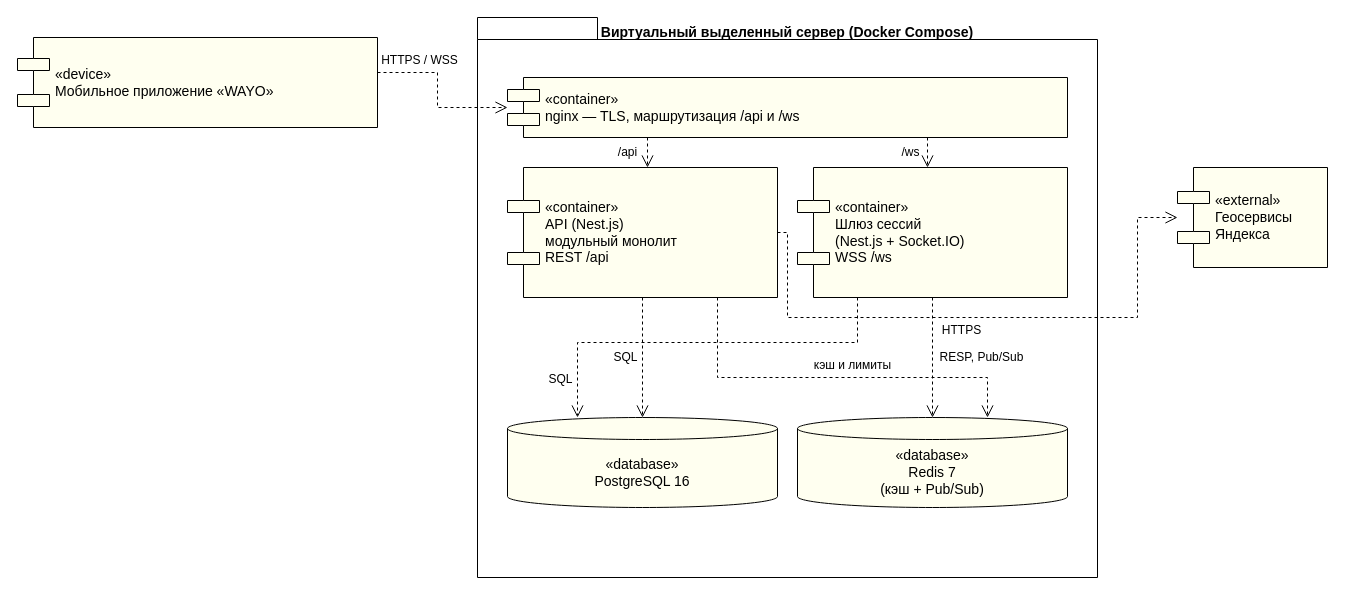
Before: page "4. Вариант 2: отдельный шлюз сессий" (4 of 5) of docs/Архитектура системы.drawio in crockshine/wayo, a draw.io diagram. Source tidied: cells renumbered, new cells numbered last; positions are measured from the earlier drawing's top-left corner, leaving out a move shared by most shapes. Both pictures are drawn from the tidied source at 100%, with x=0, y=0 at pixel (17, 17).
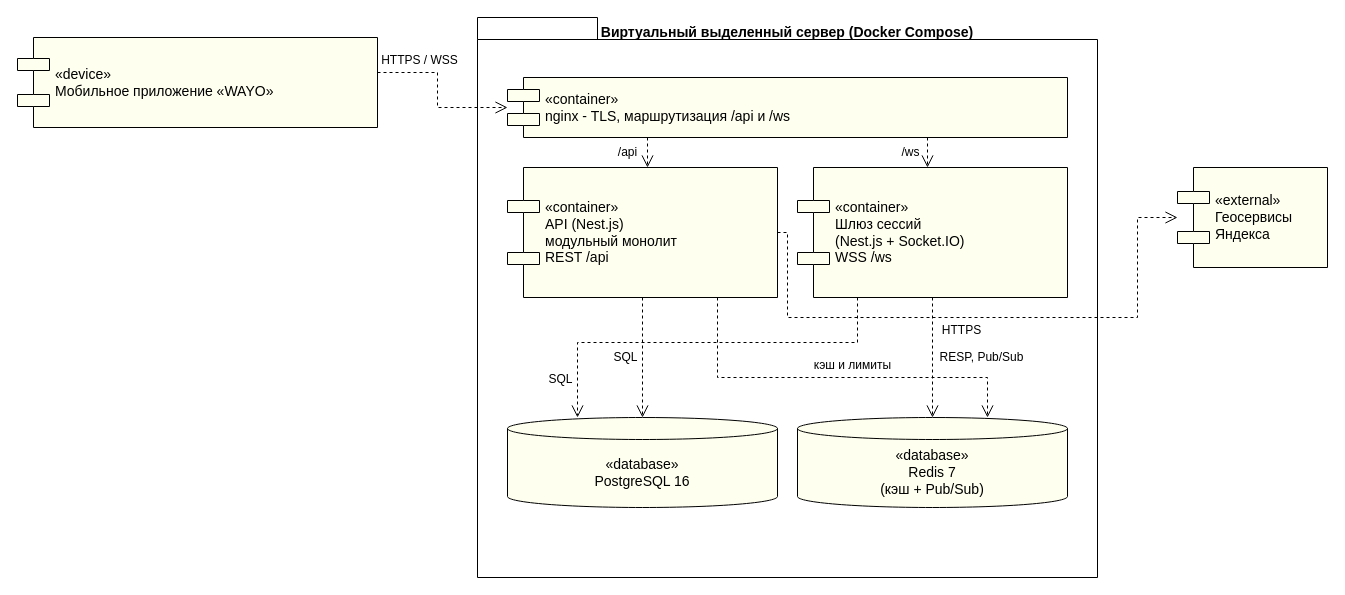
The same diagram, later.

The edit, as a diff of the source:
```diff
@@
-    <mxCell id="4" value="«container»&#10;nginx — TLS, маршрутизация /api и /ws" style="shape=component;align=left;spacingLeft=36;whiteSpace=wrap;html=1;fillColor=#FFFFF0;strokeColor=#000000;fontSize=14;fontFamily=Helvetica;" parent="1" vertex="1">
+    <mxCell id="4" value="«container»&#10;nginx - TLS, маршрутизация /api и /ws" style="shape=component;align=left;spacingLeft=36;whiteSpace=wrap;html=1;fillColor=#FFFFF0;strokeColor=#000000;fontSize=14;fontFamily=Helvetica;" parent="1" vertex="1">
       <mxGeometry x="490" y="60" width="560" height="60" as="geometry" />
     </mxCell>
```
